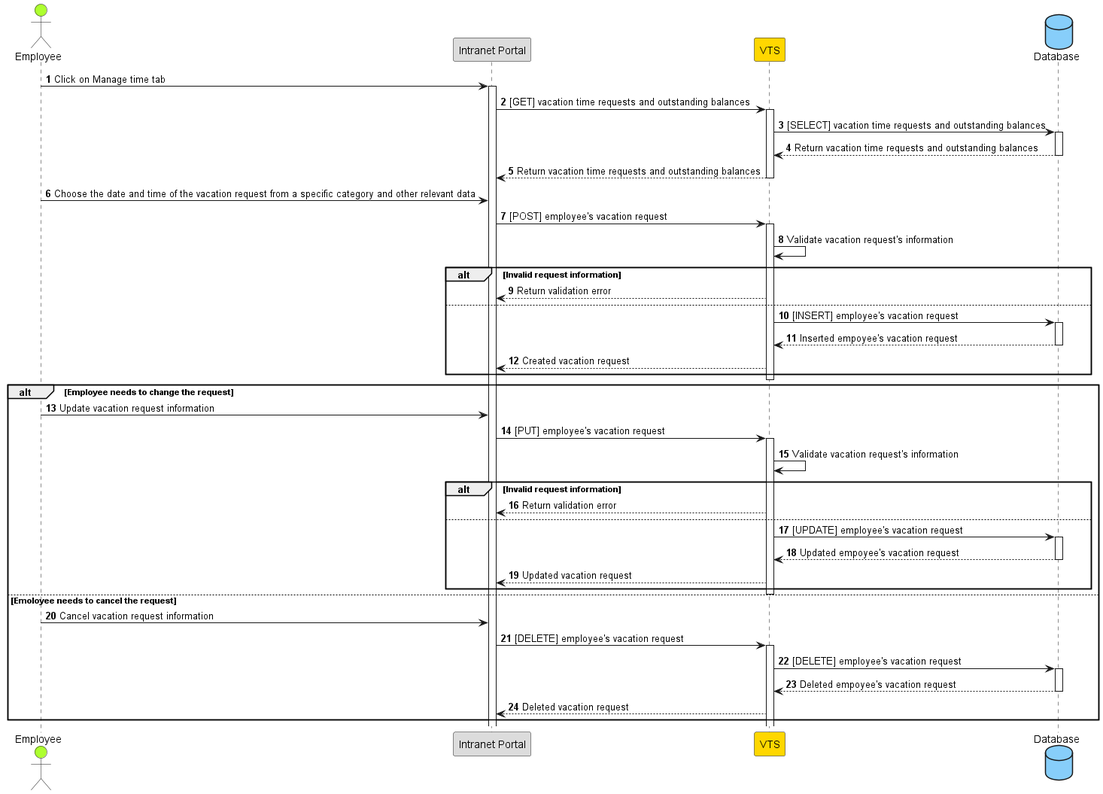
Earlier version of the PlantUML export diagrams/sequence-diagrams/High level Manage Time Flow.png (Adel1250/Vacation-Tracking-System).
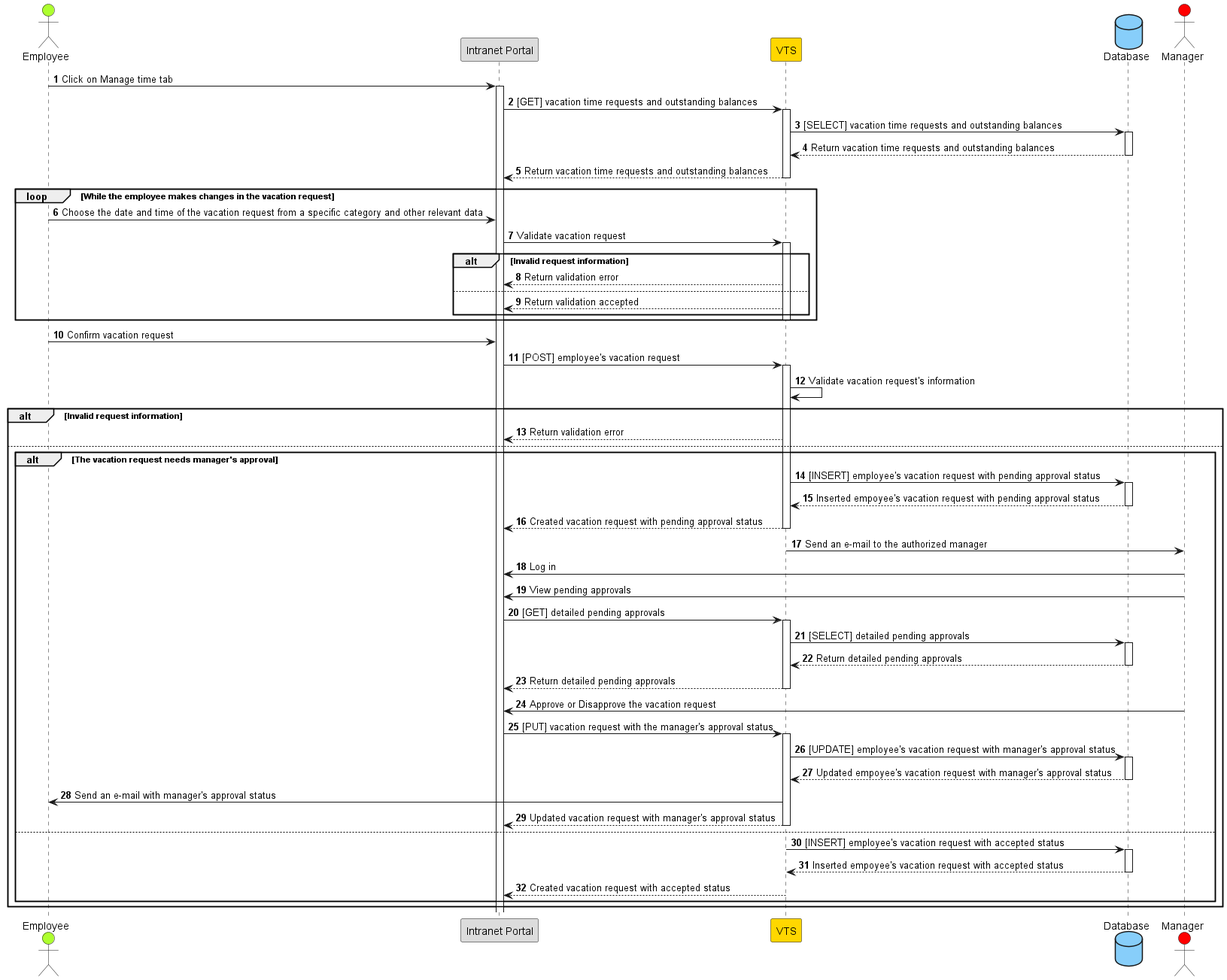
The same diagram one commit later.

Commit message:
Add manager's approval in manage time sequence diagram

Change to the diagram source:
```diff
@@ -5,6 +5,8 @@
 participant VTS #Gold
 
 database "Database" as DB #LightSkyBlue
+
+actor "Manager" as MNG #RED
 
 autonumber
 
@@ -18,44 +20,60 @@
 deactivate DB
 VTS --> IP: Return vacation time requests and outstanding balances
 deactivate VTS
-EMP -> IP: Choose the date and time of the vacation request from a specific category and other relevant data
+loop While the employee makes changes in the vacation request
+    EMP -> IP: Choose the date and time of the vacation request from a specific category and other relevant data
+    IP -> VTS: Validate vacation request
+    activate VTS
+    alt Invalid request information
+        VTS --> IP: Return validation error
+    else
+        VTS --> IP: Return validation accepted
+    end
+    deactivate VTS
+end
+EMP -> IP: Confirm vacation request
 IP -> VTS: [POST] employee's vacation request
 activate VTS
 VTS -> VTS: Validate vacation request's information
 alt Invalid request information
     VTS --> IP: Return validation error
 else
-    VTS -> DB: [INSERT] employee's vacation request
-    activate DB
-    DB --> VTS: Inserted empoyee's vacation request
-    deactivate DB
-    VTS --> IP: Created vacation request
-end
-deactivate VTS
-alt Employee needs to change the request
-    EMP -> IP: Update vacation request information
-    IP -> VTS: [PUT] employee's vacation request
-    activate VTS
-    VTS -> VTS: Validate vacation request's information
-    alt Invalid request information
-        VTS --> IP: Return validation error
+    alt The vacation request needs manager's approval
+        VTS -> DB: [INSERT] employee's vacation request with pending approval status
+        activate DB
+        DB --> VTS: Inserted empoyee's vacation request with pending approval status
+        deactivate DB
+        VTS --> IP: Created vacation request with pending approval status
+        deactivate VTS
+        VTS -> MNG: Send an e-mail to the authorized manager
+        MNG -> IP: Log in
+        MNG-> IP: View pending approvals
+        IP -> VTS: [GET] detailed pending approvals
+        activate VTS
+        VTS -> DB: [SELECT] detailed pending approvals
+        activate DB
+        DB --> VTS: Return detailed pending approvals
+        deactivate DB
+        VTS --> IP: Return detailed pending approvals
+        deactivate VTS
+        MNG -> IP: Approve or Disapprove the vacation request
+        IP -> VTS: [PUT] vacation request with the manager's approval status
+        activate VTS
+        VTS -> DB: [UPDATE] employee's vacation request with manager's approval status
+        activate DB
+        DB --> VTS: Updated empoyee's vacation request with manager's approval status
+        deactivate DB
+        VTS -> EMP: Send an e-mail with manager's approval status
+        VTS --> IP: Updated vacation request with manager's approval status
+        deactivate VTS
     else
-        VTS -> DB: [UPDATE] employee's vacation request
+        VTS -> DB: [INSERT] employee's vacation request with accepted status
         activate DB
-        DB --> VTS: Updated empoyee's vacation request
+        DB --> VTS: Inserted empoyee's vacation request with accepted status
         deactivate DB
-        VTS --> IP: Updated vacation request
+        VTS --> IP: Created vacation request with accepted status
+        deactivate VTS
     end
-    deactivate VTS
-else Emoloyee needs to cancel the request
-    EMP -> IP: Cancel vacation request information
-    IP -> VTS: [DELETE] employee's vacation request
-    activate VTS
-    VTS -> DB: [DELETE] employee's vacation request
-    activate DB
-    DB --> VTS: Deleted empoyee's vacation request
-    deactivate DB
-    VTS --> IP: Deleted vacation request
 end
 
 @enduml
```
